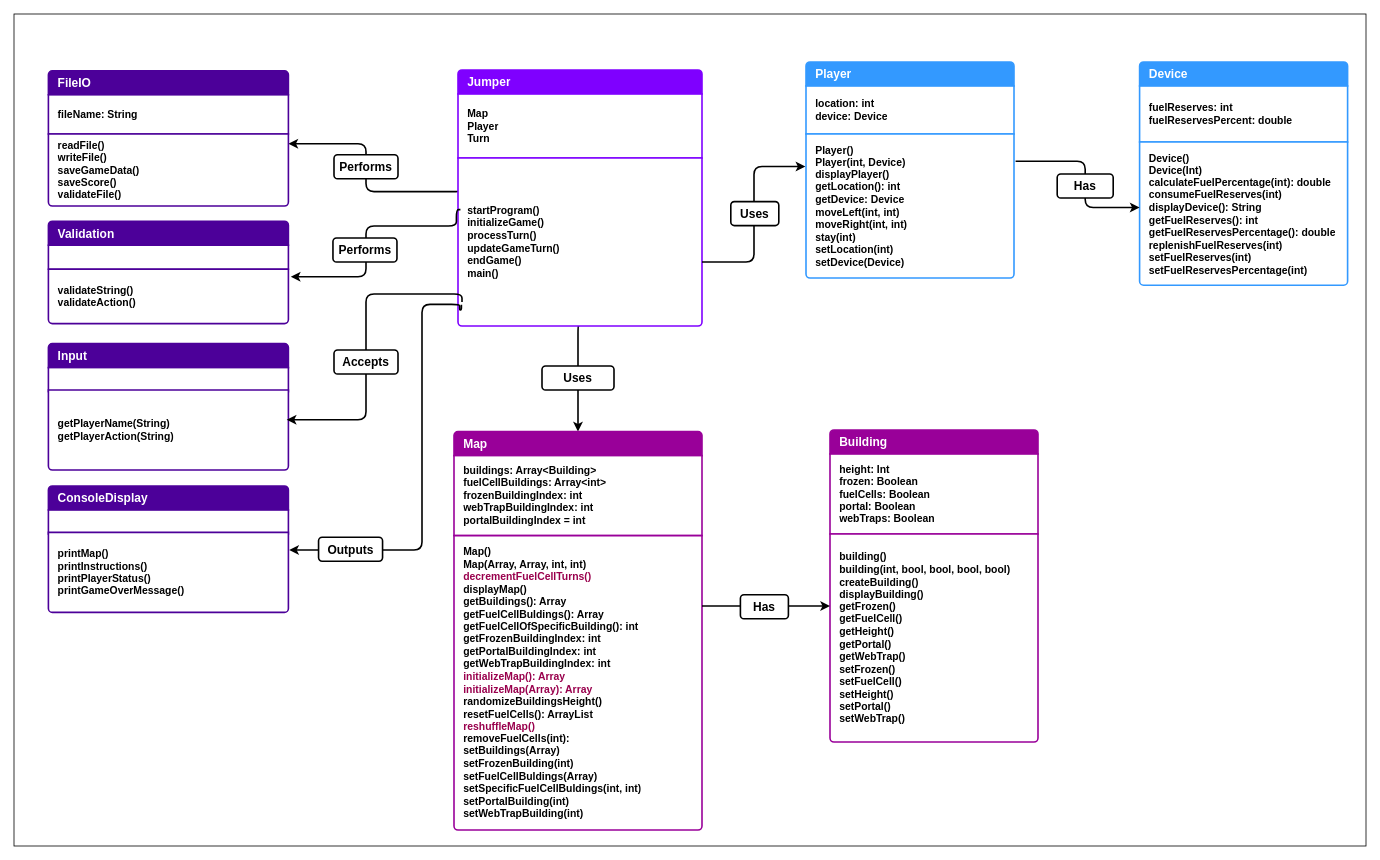
Earlier version of the draw.io diagram Java Programming/Assignment Java Jumper/doc/ClassDiagram.drawio (ByteToBits/CompScience). Source tidied: cells renumbered, new cells numbered last; positions are measured from the earlier drawing's top-left corner, leaving out a move shared by most shapes. Both pictures are drawn from the tidied source at 80%, with x=0, y=0 at pixel (14, 14).
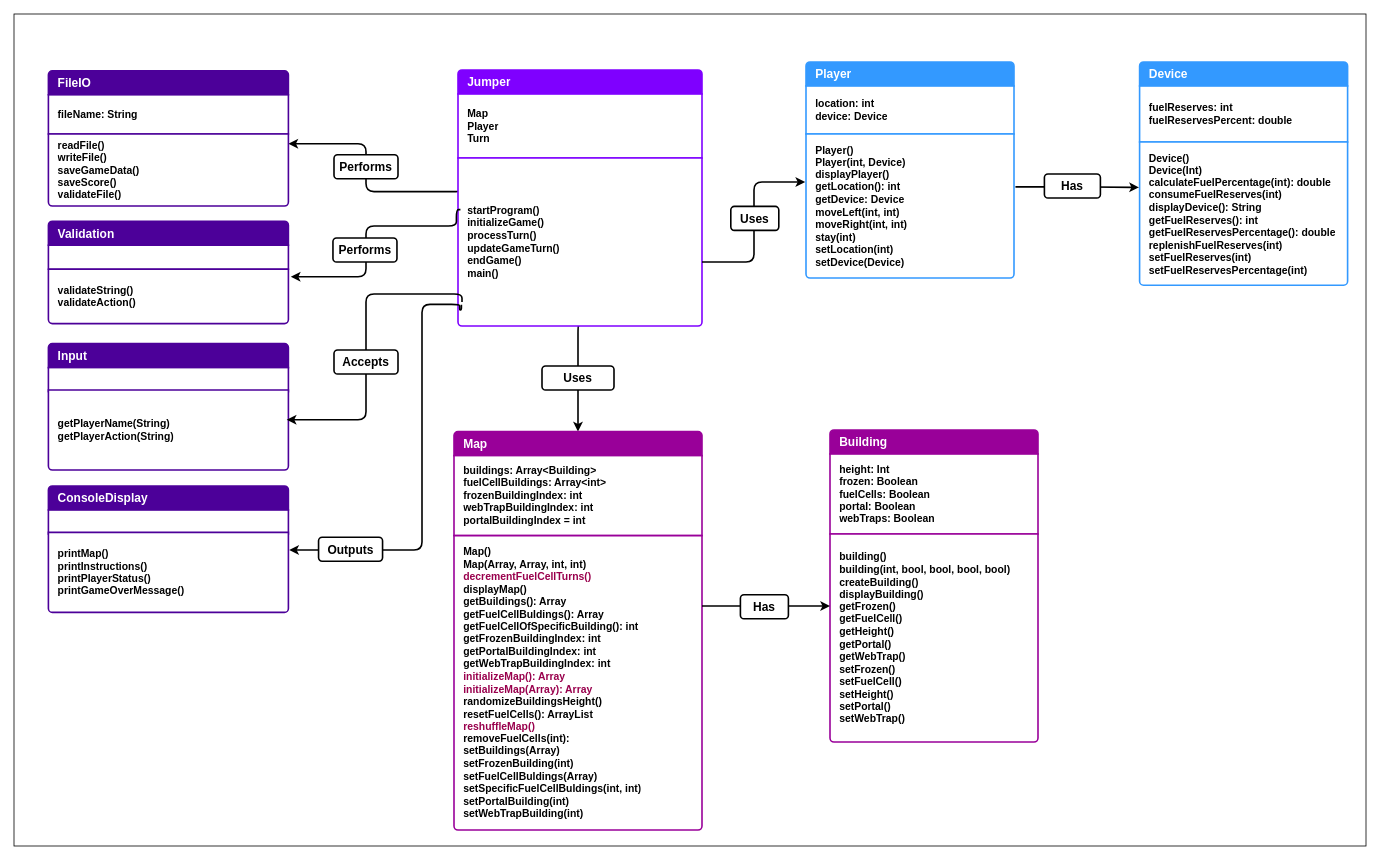
The same page after the edit.

Unchanged cells that the change refers to:
```xml
<mxCell id="7" value="startProgram()&lt;div&gt;initializeGame()&lt;/div&gt;&lt;div&gt;processTurn()&lt;/div&gt;&lt;div&gt;updateGameTurn()&lt;/div&gt;&lt;div&gt;endGame()&lt;/div&gt;&lt;div&gt;main()&lt;/div&gt;" style="text;strokeColor=#7F00FF;fillColor=#FFFFFF;align=left;verticalAlign=middle;spacingLeft=10;spacingRight=10;overflow=hidden;points=[[0,0.5],[1,0.5]];portConstraint=eastwest;whiteSpace=wrap;html=1;shape=mxgraph.bootstrap.bottomButton;rSize=5;fontColor=#000000;strokeWidth=2;labelPadding=0;labelBorderColor=none;fontSize=13;fontStyle=1;shadow=0;perimeterSpacing=0;swimlaneLine=0;" parent="1" vertex="1">
  <mxGeometry x="555" y="180" width="305" height="210" as="geometry" />
</mxCell>
<mxCell id="25" style="swimlane;fontStyle=1;horizontal=1;startSize=0;whiteSpace=wrap;html=1;strokeColor=none;fillColor=none;strokeWidth=2;labelPadding=0;labelBorderColor=none;fontSize=13;shadow=0;perimeterSpacing=0;swimlaneLine=0;" parent="1" vertex="1">
  <mxGeometry x="990" y="60" width="260" height="270" as="geometry" />
</mxCell>
<mxCell id="46" value="Device()&lt;div&gt;Device(Int)&lt;/div&gt;&lt;div&gt;calculateFuelPercentage(int): double&lt;/div&gt;&lt;div&gt;consumeFuelReserves(int)&lt;/div&gt;&lt;div&gt;displayDevice(): String&lt;/div&gt;&lt;div&gt;getFuelReserves(): int&lt;/div&gt;&lt;div&gt;getFuelReservesPercentage(): double&lt;/div&gt;&lt;div&gt;replenishFuelReserves(int)&lt;/div&gt;&lt;div&gt;setFuelReserves(int)&lt;/div&gt;&lt;div&gt;setFuelReservesPercentage(int)&lt;/div&gt;" style="text;strokeColor=#3399ff;fillColor=#FFFFFF;align=left;verticalAlign=middle;spacingLeft=10;spacingRight=10;overflow=hidden;points=[[0,0.5],[1,0.5]];portConstraint=eastwest;whiteSpace=wrap;html=1;shape=mxgraph.bootstrap.bottomButton;rSize=5;fontColor=#000000;strokeWidth=2;labelPadding=0;labelBorderColor=none;fontSize=13;fontStyle=1;shadow=0;perimeterSpacing=0;swimlaneLine=0;" parent="1" vertex="1">
  <mxGeometry x="1407" y="160" width="260" height="179" as="geometry" />
</mxCell>
```

What changed in the source:
```diff
@@
-    <mxCell id="42" style="edgeStyle=orthogonalEdgeStyle;rounded=1;jettySize=auto;html=1;curved=0;strokeWidth=2;entryX=-0.003;entryY=0.484;entryDx=0;entryDy=0;entryPerimeter=0;" parent="1" edge="1" source="7" target="25">
+    <mxCell id="42" style="edgeStyle=orthogonalEdgeStyle;rounded=1;jettySize=auto;html=1;curved=0;strokeWidth=2;" parent="1" edge="1" source="7">
       <mxGeometry relative="1" as="geometry">
+        <mxPoint x="989" y="210" as="targetPoint" />
         <Array as="points">
           <mxPoint x="925" y="310" />
-          <mxPoint x="925" y="190" />
-          <mxPoint x="989" y="190" />
+          <mxPoint x="925" y="210" />
+          <mxPoint x="989" y="210" />
         </Array>
       </mxGeometry>
     </mxCell>
     <mxCell id="43" value="Uses" style="text;strokeColor=default;fillColor=default;align=center;verticalAlign=middle;whiteSpace=wrap;rounded=1;fontSize=15;strokeWidth=2;fontStyle=1;labelBackgroundColor=default;gradientColor=none;imageHeight=22;" parent="1" vertex="1">
-      <mxGeometry x="896" y="234.5" width="60" height="30" as="geometry" />
+      <mxGeometry x="896" y="240.5" width="60" height="30" as="geometry" />
     </mxCell>
@@
-    <mxCell id="47" style="edgeStyle=orthogonalEdgeStyle;rounded=1;orthogonalLoop=1;jettySize=auto;html=1;curved=0;strokeWidth=2;entryX=0.005;entryY=0.451;entryDx=0;entryDy=0;entryPerimeter=0;" parent="1" edge="1">
+    <mxCell id="47" style="edgeStyle=orthogonalEdgeStyle;rounded=1;jettySize=auto;html=1;curved=0;strokeWidth=2;entryX=-0.003;entryY=0.317;entryDx=0;entryDy=0;entryPerimeter=0;exitX=1.007;exitY=0.578;exitDx=0;exitDy=0;exitPerimeter=0;" parent="1" edge="1" source="25" target="46">
       <mxGeometry relative="1" as="geometry">
-        <mxPoint x="1252" y="184" as="sourcePoint" />
-        <mxPoint x="1407" y="241.8" as="targetPoint" />
         <Array as="points">
-          <mxPoint x="1339" y="184" />
-          <mxPoint x="1339" y="242" />
+          <mxPoint x="1339" y="216" />
         </Array>
       </mxGeometry>
     </mxCell>
     <mxCell id="48" value="Has" style="text;strokeColor=default;fillColor=default;align=center;verticalAlign=middle;whiteSpace=wrap;rounded=1;fontSize=15;strokeWidth=2;fontStyle=1;labelBackgroundColor=default;gradientColor=none;imageHeight=22;" parent="1" vertex="1">
-      <mxGeometry x="1304" y="200" width="70" height="30" as="geometry" />
+      <mxGeometry x="1288" y="200" width="70" height="30" as="geometry" />
     </mxCell>
```
